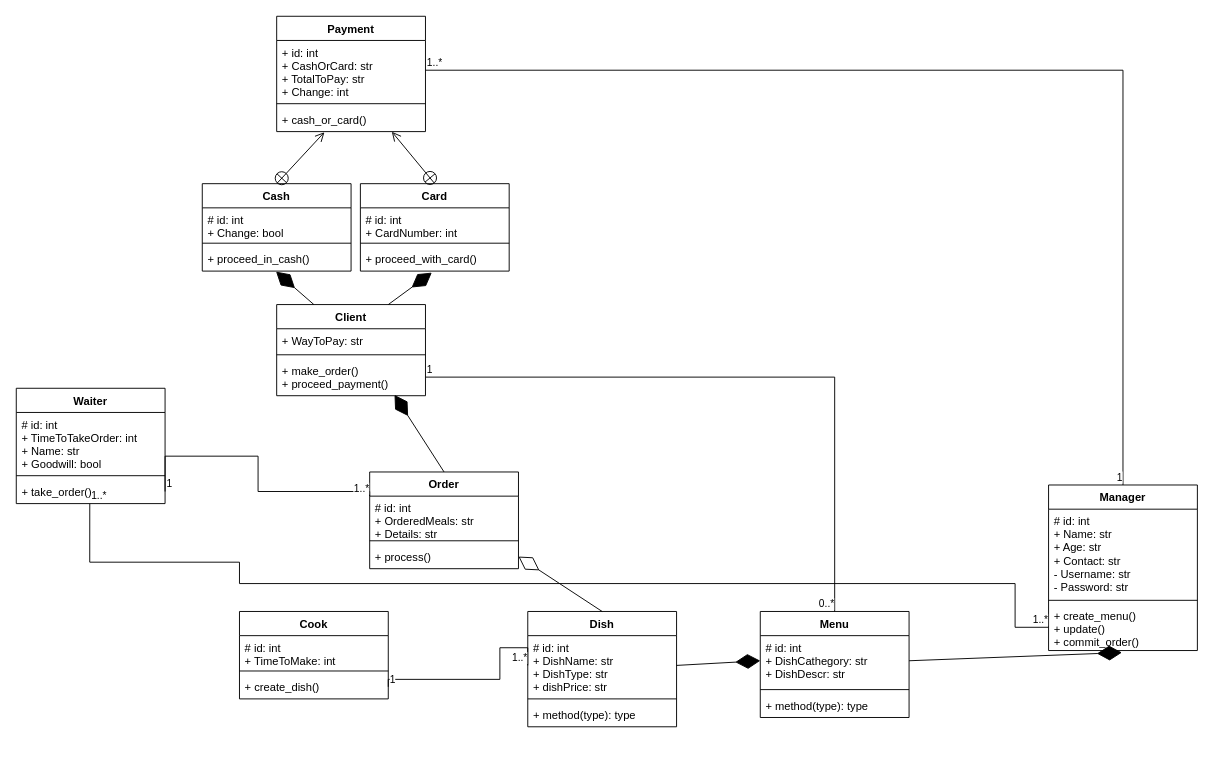
Above: Untitled Diagram.drawio in Ruslan-Sh-sudo/UML_diagram (draw.io), before the change. Source tidied: cells renumbered, new cells numbered last; positions are measured from the earlier drawing's top-left corner, leaving out a move shared by most shapes. Both pictures are drawn from the tidied source at 93%, with x=0, y=0 at pixel (16, 16).
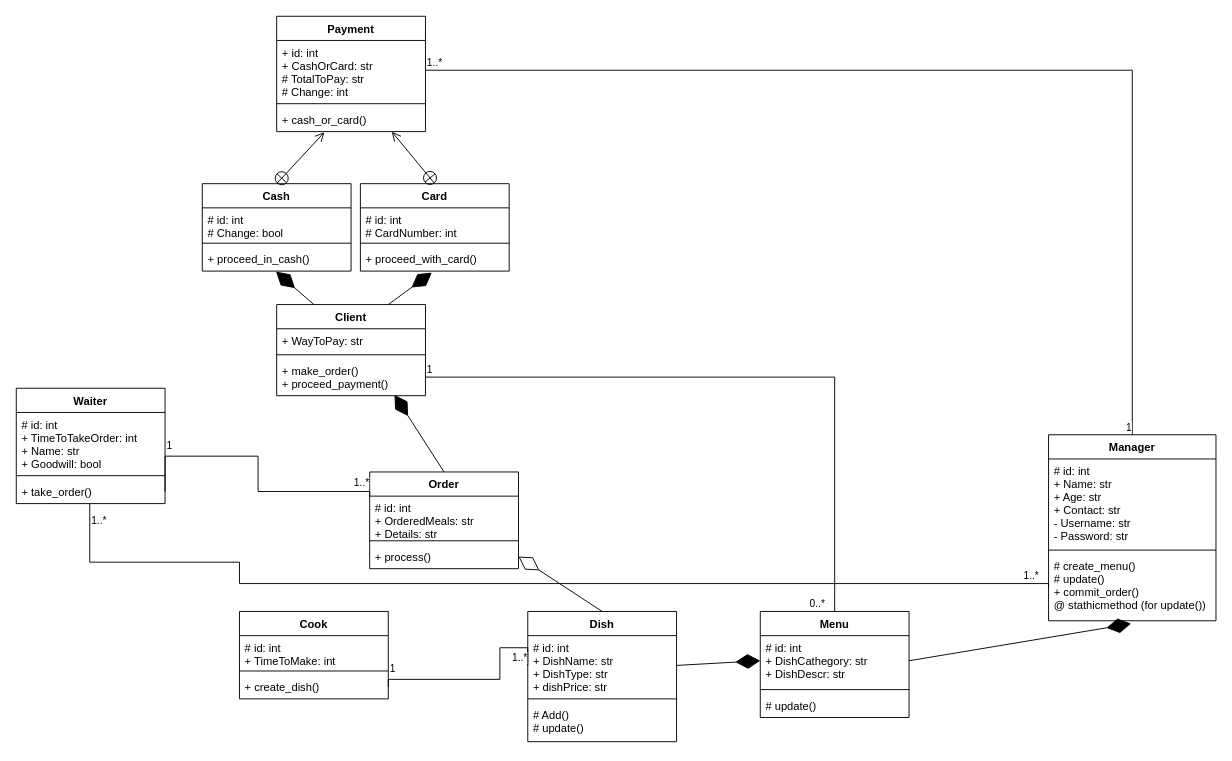
The same diagram, later.

Unchanged cells that the change refers to:
```xml
<mxCell id="2" value="Menu" style="swimlane;fontStyle=1;align=center;verticalAlign=top;horizontal=1;startSize=26;" parent="1" vertex="1">
  <mxGeometry x="800" y="640" width="160" height="114" as="geometry" />
</mxCell>
<mxCell id="11" value="Payment" style="swimlane;fontStyle=1;align=center;verticalAlign=top;horizontal=1;startSize=26;" parent="1" vertex="1">
  <mxGeometry x="280" width="160" height="124" as="geometry" />
</mxCell>
<mxCell id="15" value="Card" style="swimlane;fontStyle=1;align=center;verticalAlign=top;horizontal=1;startSize=26;" parent="1" vertex="1">
  <mxGeometry x="370" y="180" width="160" height="94" as="geometry" />
</mxCell>
<mxCell id="19" value="Cash" style="swimlane;fontStyle=1;align=center;verticalAlign=top;horizontal=1;startSize=26;" parent="1" vertex="1">
  <mxGeometry x="200" y="180" width="160" height="94" as="geometry" />
</mxCell>
<mxCell id="37" style="endArrow=none;html=1;edgeStyle=orthogonalEdgeStyle;rounded=0;exitX=1;exitY=0.5;exitDx=0;exitDy=0;entryX=0;entryY=0.5;entryDx=0;entryDy=0;" parent="1" edge="1" source="36" target="7">
  <mxGeometry relative="1" as="geometry">
    <Array as="points">
      <mxPoint x="520" y="713" />
      <mxPoint x="520" y="679" />
    </Array>
  </mxGeometry>
</mxCell>
<mxCell id="46" style="endArrow=none;html=1;edgeStyle=orthogonalEdgeStyle;rounded=0;exitX=1;exitY=0.5;exitDx=0;exitDy=0;entryX=0.5;entryY=0;entryDx=0;entryDy=0;" parent="1" edge="1" source="43" target="2">
  <mxGeometry relative="1" as="geometry" />
</mxCell>
<mxCell id="57" value="+ take_order()" style="text;strokeColor=none;fillColor=none;align=left;verticalAlign=top;spacingLeft=4;spacingRight=4;overflow=hidden;points=[[0,0.5],[1,0.5]];portConstraint=eastwest;" parent="54" vertex="1">
  <mxGeometry y="98" width="160" height="26" as="geometry" />
</mxCell>
<mxCell id="59" style="endArrow=none;html=1;edgeStyle=orthogonalEdgeStyle;rounded=0;entryX=0;entryY=0.25;entryDx=0;entryDy=0;exitX=1;exitY=0.5;exitDx=0;exitDy=0;" parent="1" edge="1" source="57" target="49">
  <mxGeometry relative="1" as="geometry">
    <Array as="points">
      <mxPoint x="260" y="473" />
      <mxPoint x="260" y="511" />
    </Array>
  </mxGeometry>
</mxCell>
```

Diff of the diagram source:
```diff
@@
-    <mxCell id="5" value="+ method(type): type" style="text;strokeColor=none;fillColor=none;align=left;verticalAlign=top;spacingLeft=4;spacingRight=4;overflow=hidden;" parent="2" vertex="1">
+    <mxCell id="5" value="# update()" style="text;strokeColor=none;fillColor=none;align=left;verticalAlign=top;spacingLeft=4;spacingRight=4;overflow=hidden;" parent="2" vertex="1">
       <mxGeometry y="88" width="160" height="26" as="geometry" />
     </mxCell>
     <mxCell id="6" value="Dish" style="swimlane;fontStyle=1;align=center;verticalAlign=top;horizontal=1;startSize=26;" parent="1" vertex="1">
-      <mxGeometry x="550" y="640" width="160" height="124" as="geometry" />
+      <mxGeometry x="550" y="640" width="160" height="140" as="geometry" />
     </mxCell>
@@
-    <mxCell id="9" value="+ method(type): type" style="text;strokeColor=none;fillColor=none;align=left;verticalAlign=top;spacingLeft=4;spacingRight=4;overflow=hidden;" parent="6" vertex="1">
-      <mxGeometry y="98" width="160" height="26" as="geometry" />
+    <mxCell id="9" value="# Add()&#10;# update()" style="text;strokeColor=none;fillColor=none;align=left;verticalAlign=top;spacingLeft=4;spacingRight=4;overflow=hidden;" parent="6" vertex="1">
+      <mxGeometry y="98" width="160" height="42" as="geometry" />
     </mxCell>
@@
-    <mxCell id="12" value="+ id: int&#10;+ CashOrCard: str&#10;+ TotalToPay: str&#10;+ Change: int" style="text;strokeColor=none;fillColor=none;align=left;verticalAlign=top;spacingLeft=4;spacingRight=4;overflow=hidden;points=[[0,0.5],[1,0.5]];portConstraint=eastwest;" parent="11" vertex="1">
+    <mxCell id="12" value="+ id: int&#10;+ CashOrCard: str&#10;# TotalToPay: str&#10;# Change: int" style="text;strokeColor=none;fillColor=none;align=left;verticalAlign=top;spacingLeft=4;spacingRight=4;overflow=hidden;points=[[0,0.5],[1,0.5]];portConstraint=eastwest;" parent="11" vertex="1">
       <mxGeometry y="26" width="160" height="64" as="geometry" />
     </mxCell>
@@
-    <mxCell id="16" value="# id: int&#10;+ CardNumber: int" style="text;strokeColor=none;fillColor=none;align=left;verticalAlign=top;spacingLeft=4;spacingRight=4;overflow=hidden;" parent="15" vertex="1">
+    <mxCell id="16" value="# id: int&#10;# CardNumber: int" style="text;strokeColor=none;fillColor=none;align=left;verticalAlign=top;spacingLeft=4;spacingRight=4;overflow=hidden;" parent="15" vertex="1">
       <mxGeometry y="26" width="160" height="34" as="geometry" />
     </mxCell>
@@
-    <mxCell id="20" value="# id: int&#10;+ Change: bool" style="text;strokeColor=none;fillColor=none;align=left;verticalAlign=top;spacingLeft=4;spacingRight=4;overflow=hidden;" parent="19" vertex="1">
+    <mxCell id="20" value="# id: int&#10;# Change: bool" style="text;strokeColor=none;fillColor=none;align=left;verticalAlign=top;spacingLeft=4;spacingRight=4;overflow=hidden;" parent="19" vertex="1">
       <mxGeometry y="26" width="160" height="34" as="geometry" />
     </mxCell>
@@
     <mxCell id="25" value="Manager" style="swimlane;fontStyle=1;align=center;verticalAlign=top;horizontal=1;startSize=26;" parent="1" vertex="1">
-      <mxGeometry x="1110" y="504" width="160" height="178" as="geometry" />
+      <mxGeometry x="1110" y="450" width="180" height="200" as="geometry" />
     </mxCell>
     <mxCell id="26" value="# id: int&#10;+ Name: str&#10;+ Age: str&#10;+ Contact: str&#10;- Username: str&#10;- Password: str" style="text;strokeColor=none;fillColor=none;align=left;verticalAlign=top;spacingLeft=4;spacingRight=4;overflow=hidden;" parent="25" vertex="1">
-      <mxGeometry y="26" width="160" height="94" as="geometry" />
+      <mxGeometry y="26" width="180" height="94" as="geometry" />
     </mxCell>
     <mxCell id="27" style="line;strokeWidth=1;fillColor=none;align=left;verticalAlign=middle;spacingTop=-1;spacingLeft=3;spacingRight=3;labelPosition=right;" parent="25" vertex="1">
-      <mxGeometry y="120" width="160" height="8" as="geometry" />
+      <mxGeometry y="120" width="180" height="8" as="geometry" />
     </mxCell>
-    <mxCell id="28" value="+ create_menu()&#10;+ update()&#10;+ commit_order()" style="text;strokeColor=none;fillColor=none;align=left;verticalAlign=top;spacingLeft=4;spacingRight=4;overflow=hidden;points=[[0,0.5],[1,0.5]];portConstraint=eastwest;" parent="25" vertex="1">
-      <mxGeometry y="128" width="160" height="50" as="geometry" />
+    <mxCell id="28" value="# create_menu()&#10;# update()&#10;+ commit_order()&#10;@ stathicmethod (for update())" style="text;strokeColor=none;fillColor=none;align=left;verticalAlign=top;spacingLeft=4;spacingRight=4;overflow=hidden;points=[[0,0.5],[1,0.5]];portConstraint=eastwest;" parent="25" vertex="1">
+      <mxGeometry y="128" width="180" height="72" as="geometry" />
     </mxCell>
@@
     <mxCell id="38" value="1" style="edgeLabel;html=1;align=left;verticalAlign=bottom;" parent="37" vertex="1">
-      <mxGeometry x="-1" relative="1" as="geometry" />
+      <mxGeometry x="-1" relative="1" as="geometry">
+        <mxPoint y="-11" as="offset" />
+      </mxGeometry>
     </mxCell>
@@
     <mxCell id="48" value="0..*" style="edgeLabel;html=1;align=right;verticalAlign=bottom;" parent="46" vertex="1">
-      <mxGeometry x="1" relative="1" as="geometry" />
+      <mxGeometry x="1" relative="1" as="geometry">
+        <mxPoint x="-10" as="offset" />
+      </mxGeometry>
     </mxCell>
@@
     <mxCell id="60" value="1" style="edgeLabel;html=1;align=left;verticalAlign=bottom;" parent="59" vertex="1">
-      <mxGeometry x="-1" relative="1" as="geometry" />
+      <mxGeometry x="-1" relative="1" as="geometry">
+        <mxPoint y="-41" as="offset" />
+      </mxGeometry>
     </mxCell>
     <mxCell id="61" value="1..*" style="edgeLabel;html=1;align=right;verticalAlign=bottom;" parent="59" vertex="1">
-      <mxGeometry x="1" relative="1" as="geometry" />
+      <mxGeometry x="1" relative="1" as="geometry">
+        <mxPoint y="-6" as="offset" />
+      </mxGeometry>
     </mxCell>
     <mxCell id="62" style="endArrow=none;html=1;edgeStyle=orthogonalEdgeStyle;rounded=0;exitX=0.494;exitY=1.008;exitDx=0;exitDy=0;exitPerimeter=0;entryX=0;entryY=0.5;entryDx=0;entryDy=0;" parent="1" edge="1" source="57" target="28">
       <mxGeometry relative="1" as="geometry">
         <Array as="points">
           <mxPoint x="79" y="587" />
           <mxPoint x="240" y="587" />
           <mxPoint x="240" y="610" />
-          <mxPoint x="1074" y="610" />
-          <mxPoint x="1074" y="657" />
+          <mxPoint x="1110" y="610" />
         </Array>
       </mxGeometry>
     </mxCell>
     <mxCell id="63" value="1..*" style="edgeLabel;html=1;align=left;verticalAlign=bottom;" parent="62" vertex="1">
-      <mxGeometry x="-1" relative="1" as="geometry" />
+      <mxGeometry x="-1" relative="1" as="geometry">
+        <mxPoint y="26" as="offset" />
+      </mxGeometry>
     </mxCell>
     <mxCell id="64" value="1..*" style="edgeLabel;html=1;align=right;verticalAlign=bottom;" parent="62" vertex="1">
-      <mxGeometry x="1" relative="1" as="geometry" />
+      <mxGeometry x="1" relative="1" as="geometry">
+        <mxPoint x="-10" y="-4" as="offset" />
+      </mxGeometry>
     </mxCell>
```
